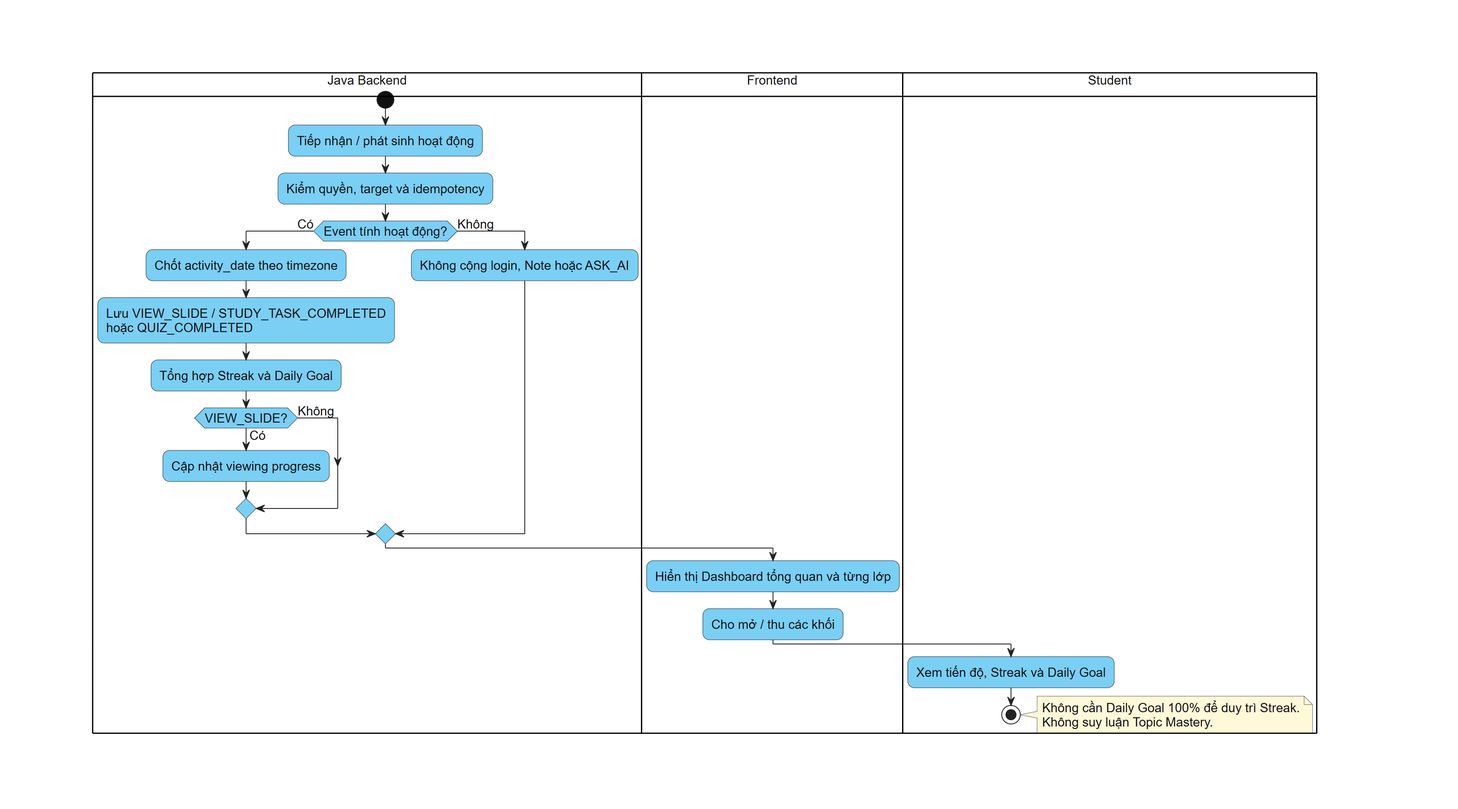
bch7504/DATN keeps this PlantUML diagram as docs/diagrams/chuong-3/activity-17-dashboard-events.png. Above is the earlier version. Its source is kept beside it as docs/diagrams/chuong-3/activity-17-dashboard-events.puml.
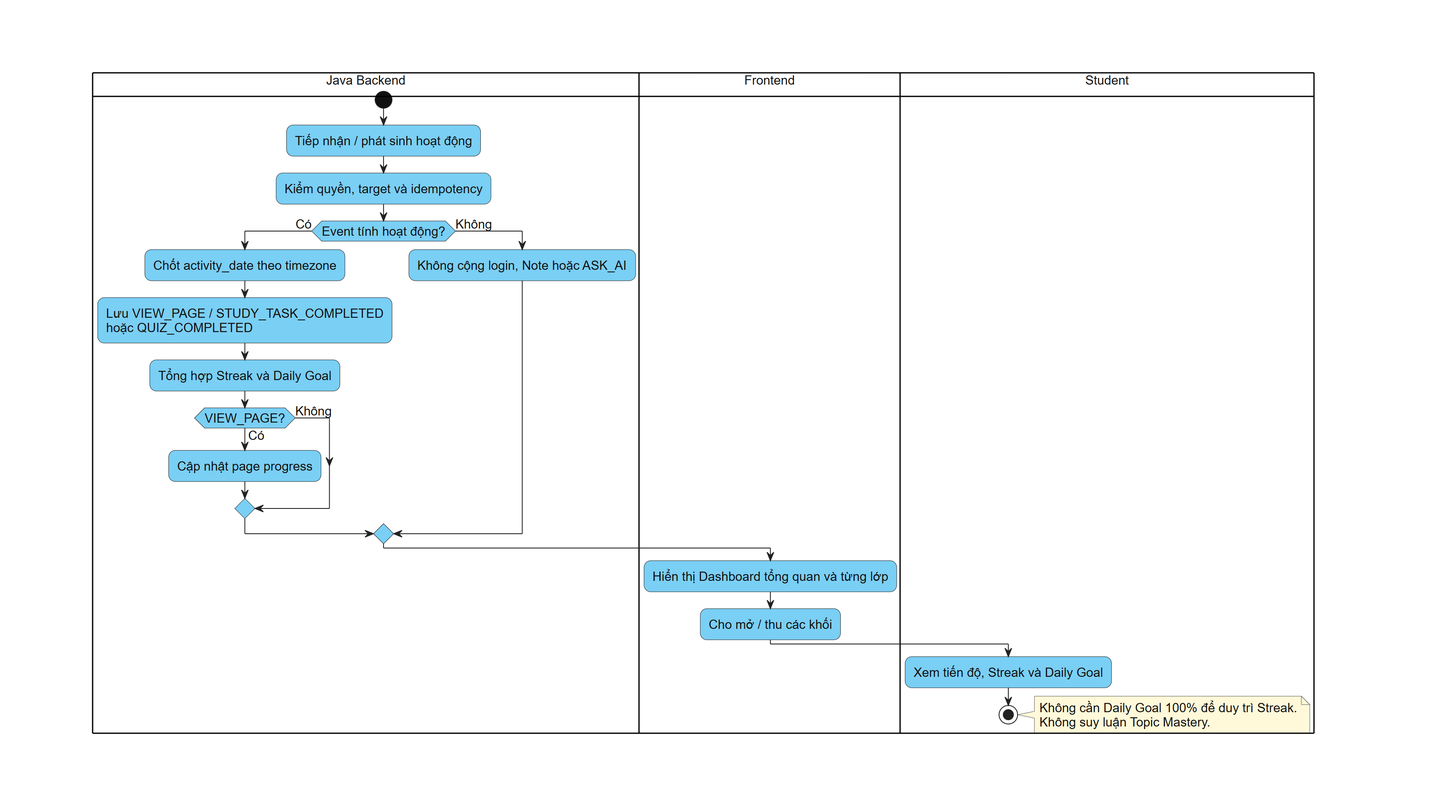
The same file after the commit.

The edit, as a diff of the source:
```diff
@@ -23,11 +23,11 @@
 :Kiểm quyền, target và idempotency;
 if (Event tính hoạt động?) then (Có)
   :Chốt activity_date theo timezone;
-  :Lưu VIEW_SLIDE / STUDY_TASK_COMPLETED
+  :Lưu VIEW_PAGE / STUDY_TASK_COMPLETED
 hoặc QUIZ_COMPLETED;
   :Tổng hợp Streak và Daily Goal;
-  if (VIEW_SLIDE?) then (Có)
-    :Cập nhật viewing progress;
+  if (VIEW_PAGE?) then (Có)
+    :Cập nhật page progress;
   else (Không)
   endif
 else (Không)
```
